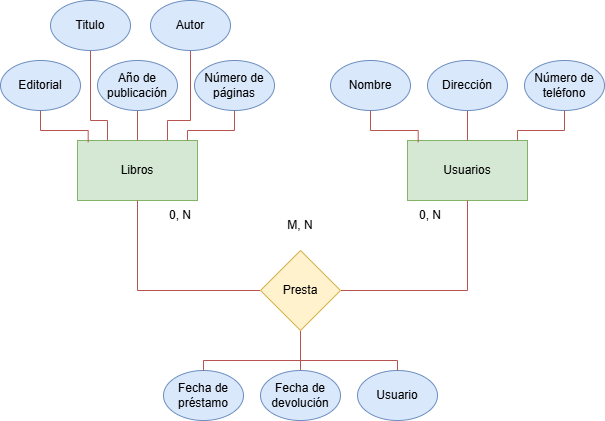
Earlier version of the draw.io export db/design/sheet01/ex01/Ex01-Biblioteca.png (miguel20241/bootcamp_java). Source tidied: cells renumbered, new cells last; positions are measured from the earlier drawing's top-left corner, leaving out a move shared by most shapes.
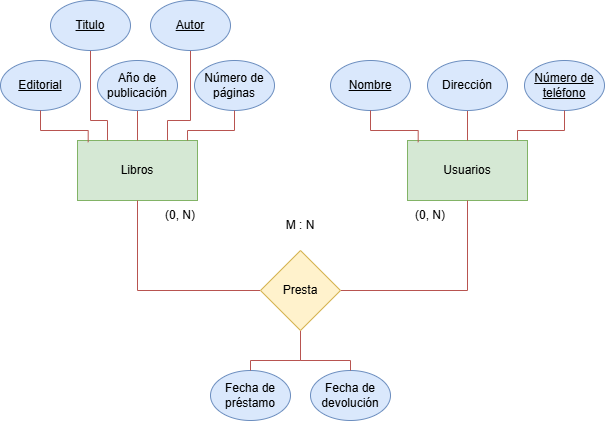
After the commit.

What changed in the source:
```diff
@@ -19,7 +19,7 @@
         </Array>
       </mxGeometry>
     </mxCell>
-    <mxCell id="6" value="Autor" style="ellipse;whiteSpace=wrap;html=1;fillColor=#dae8fc;strokeColor=#6c8ebf;" parent="1" vertex="1">
+    <mxCell id="6" value="&lt;u&gt;Autor&lt;/u&gt;" style="ellipse;whiteSpace=wrap;html=1;fillColor=#dae8fc;strokeColor=#6c8ebf;" parent="1" vertex="1">
       <mxGeometry x="150" width="80" height="50" as="geometry" />
     </mxCell>
     <mxCell id="7" style="edgeStyle=orthogonalEdgeStyle;rounded=0;jettySize=auto;html=1;entryX=0.25;entryY=0;entryDx=0;entryDy=0;endArrow=none;endFill=0;fillColor=#f8cecc;strokeColor=#b85450;" parent="1" edge="1" source="8" target="2">
@@ -30,13 +30,13 @@
         </Array>
       </mxGeometry>
     </mxCell>
-    <mxCell id="8" value="Titulo" style="ellipse;whiteSpace=wrap;html=1;fillColor=#dae8fc;strokeColor=#6c8ebf;" parent="1" vertex="1">
+    <mxCell id="8" value="&lt;u&gt;Titulo&lt;/u&gt;" style="ellipse;whiteSpace=wrap;html=1;fillColor=#dae8fc;strokeColor=#6c8ebf;" parent="1" vertex="1">
       <mxGeometry x="50" width="80" height="50" as="geometry" />
     </mxCell>
     <mxCell id="9" value="Número de páginas" style="ellipse;whiteSpace=wrap;html=1;fillColor=#dae8fc;strokeColor=#6c8ebf;" parent="1" vertex="1">
       <mxGeometry x="194" y="60" width="80" height="50" as="geometry" />
     </mxCell>
-    <mxCell id="10" value="Editorial" style="ellipse;whiteSpace=wrap;html=1;fillColor=#dae8fc;strokeColor=#6c8ebf;" parent="1" vertex="1">
+    <mxCell id="10" value="&lt;u&gt;Editorial&lt;/u&gt;" style="ellipse;whiteSpace=wrap;html=1;fillColor=#dae8fc;strokeColor=#6c8ebf;" parent="1" vertex="1">
       <mxGeometry y="60" width="80" height="50" as="geometry" />
     </mxCell>
     <mxCell id="11" style="edgeStyle=orthogonalEdgeStyle;rounded=0;jettySize=auto;html=1;entryX=0.089;entryY=0.028;entryDx=0;entryDy=0;entryPerimeter=0;endArrow=none;endFill=0;fillColor=#f8cecc;strokeColor=#b85450;" parent="1" edge="1" source="10" target="2">
@@ -54,10 +54,10 @@
     <mxCell id="15" value="Dirección" style="ellipse;whiteSpace=wrap;html=1;fillColor=#dae8fc;strokeColor=#6c8ebf;" parent="1" vertex="1">
       <mxGeometry x="427" y="60" width="80" height="50" as="geometry" />
     </mxCell>
-    <mxCell id="16" value="Número de teléfono" style="ellipse;whiteSpace=wrap;html=1;fillColor=#dae8fc;strokeColor=#6c8ebf;" parent="1" vertex="1">
+    <mxCell id="16" value="Número de teléfono" style="ellipse;whiteSpace=wrap;html=1;fillColor=#dae8fc;strokeColor=#6c8ebf;fontStyle=4;" parent="1" vertex="1">
       <mxGeometry x="524" y="60" width="80" height="50" as="geometry" />
     </mxCell>
-    <mxCell id="17" value="Nombre" style="ellipse;whiteSpace=wrap;html=1;fillColor=#dae8fc;strokeColor=#6c8ebf;" parent="1" vertex="1">
+    <mxCell id="17" value="Nombre" style="ellipse;whiteSpace=wrap;html=1;fillColor=#dae8fc;strokeColor=#6c8ebf;fontStyle=4;" parent="1" vertex="1">
       <mxGeometry x="330" y="60" width="80" height="50" as="geometry" />
     </mxCell>
     <mxCell id="18" style="edgeStyle=orthogonalEdgeStyle;rounded=0;jettySize=auto;html=1;entryX=0.089;entryY=0.028;entryDx=0;entryDy=0;entryPerimeter=0;endArrow=none;endFill=0;fillColor=#f8cecc;strokeColor=#b85450;" parent="1" edge="1" source="17" target="13">
@@ -72,44 +72,38 @@
     <mxCell id="21" style="edgeStyle=orthogonalEdgeStyle;rounded=0;jettySize=auto;html=1;endArrow=none;endFill=0;fillColor=#f8cecc;strokeColor=#b85450;entryX=0.5;entryY=1;entryDx=0;entryDy=0;exitX=1;exitY=0.5;exitDx=0;exitDy=0;" parent="1" edge="1" source="30" target="13">
       <mxGeometry relative="1" as="geometry" />
     </mxCell>
-    <mxCell id="22" style="edgeStyle=orthogonalEdgeStyle;rounded=0;jettySize=auto;html=1;entryX=0.5;entryY=1;entryDx=0;entryDy=0;endArrow=none;endFill=0;fillColor=#f8cecc;strokeColor=#b85450;" parent="1" edge="1" source="23" target="30">
-      <mxGeometry relative="1" as="geometry" />
-    </mxCell>
     <mxCell id="23" value="Fecha de devolución" style="ellipse;whiteSpace=wrap;html=1;fillColor=#dae8fc;strokeColor=#6c8ebf;" parent="1" vertex="1">
-      <mxGeometry x="260" y="370" width="80" height="50" as="geometry" />
+      <mxGeometry x="310" y="370" width="80" height="50" as="geometry" />
     </mxCell>
-    <mxCell id="24" value="Usuario" style="ellipse;whiteSpace=wrap;html=1;fillColor=#dae8fc;strokeColor=#6c8ebf;" parent="1" vertex="1">
-      <mxGeometry x="357" y="370" width="80" height="50" as="geometry" />
-    </mxCell>
     <mxCell id="25" value="Fecha de préstamo" style="ellipse;whiteSpace=wrap;html=1;fillColor=#dae8fc;strokeColor=#6c8ebf;" parent="1" vertex="1">
-      <mxGeometry x="163" y="370" width="80" height="50" as="geometry" />
+      <mxGeometry x="210" y="370" width="80" height="50" as="geometry" />
     </mxCell>
     <mxCell id="26" style="edgeStyle=orthogonalEdgeStyle;rounded=0;jettySize=auto;html=1;entryX=0.5;entryY=1;entryDx=0;entryDy=0;endArrow=none;endFill=0;fillColor=#f8cecc;strokeColor=#b85450;" parent="1" edge="1" source="25" target="30">
       <mxGeometry relative="1" as="geometry">
         <Array as="points">
-          <mxPoint x="203" y="360" />
+          <mxPoint x="250" y="360" />
           <mxPoint x="300" y="360" />
         </Array>
       </mxGeometry>
     </mxCell>
-    <mxCell id="27" style="edgeStyle=orthogonalEdgeStyle;rounded=0;jettySize=auto;html=1;entryX=0.5;entryY=1;entryDx=0;entryDy=0;endArrow=none;endFill=0;fillColor=#f8cecc;strokeColor=#b85450;" parent="1" edge="1" source="24" target="30">
+    <mxCell id="27" style="edgeStyle=orthogonalEdgeStyle;rounded=0;jettySize=auto;html=1;entryX=0.5;entryY=1;entryDx=0;entryDy=0;endArrow=none;endFill=0;fillColor=#f8cecc;strokeColor=#b85450;exitX=0.5;exitY=0;exitDx=0;exitDy=0;" parent="1" edge="1" source="23" target="30">
       <mxGeometry relative="1" as="geometry">
         <Array as="points">
-          <mxPoint x="397" y="360" />
+          <mxPoint x="350" y="360" />
           <mxPoint x="300" y="360" />
         </Array>
       </mxGeometry>
     </mxCell>
-    <mxCell id="28" value="0, N" style="text;html=1;align=center;verticalAlign=middle;whiteSpace=wrap;rounded=0;" parent="1" vertex="1">
+    <mxCell id="28" value="(0, N)" style="text;html=1;align=center;verticalAlign=middle;whiteSpace=wrap;rounded=0;" parent="1" vertex="1">
       <mxGeometry x="150" y="200" width="60" height="30" as="geometry" />
     </mxCell>
-    <mxCell id="29" value="0, N" style="text;html=1;align=center;verticalAlign=middle;whiteSpace=wrap;rounded=0;" parent="1" vertex="1">
+    <mxCell id="29" value="(0, N)" style="text;html=1;align=center;verticalAlign=middle;whiteSpace=wrap;rounded=0;" parent="1" vertex="1">
       <mxGeometry x="400" y="200" width="60" height="30" as="geometry" />
     </mxCell>
     <mxCell id="30" value="Presta" style="rhombus;whiteSpace=wrap;html=1;fillColor=#fff2cc;strokeColor=#d6b656;" parent="1" vertex="1">
       <mxGeometry x="260" y="250" width="80" height="80" as="geometry" />
     </mxCell>
-    <mxCell id="31" value="M, N" style="text;html=1;align=center;verticalAlign=middle;whiteSpace=wrap;rounded=0;" parent="1" vertex="1">
+    <mxCell id="31" value="M : N" style="text;html=1;align=center;verticalAlign=middle;whiteSpace=wrap;rounded=0;" parent="1" vertex="1">
       <mxGeometry x="270" y="210" width="60" height="30" as="geometry" />
     </mxCell>
   </root>
```
